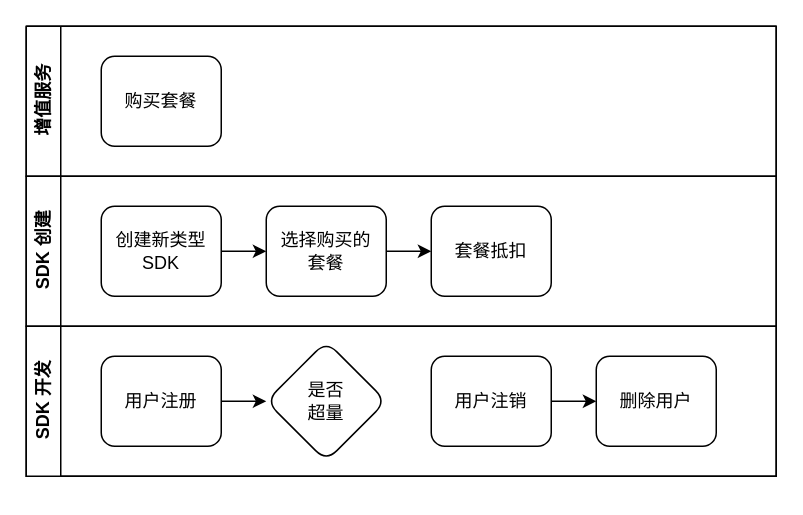
Above: SDK App.drawio in Sidamor/drawio (draw.io), before the change. Source tidied: cells renumbered, new cells numbered last; positions are measured from the earlier drawing's top-left corner, leaving out a move shared by most shapes. Both pictures are drawn from the tidied source at 150%, with x=0, y=0 at pixel (26, 26).
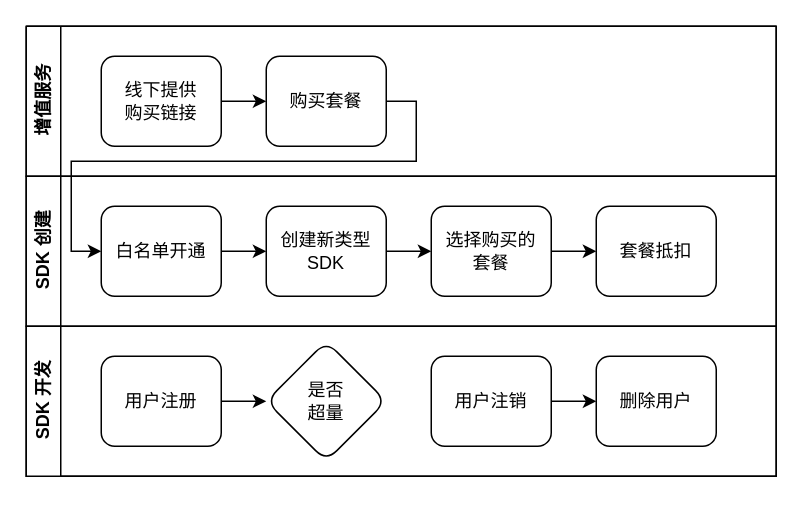
Above is the later version.

The change refers to these unchanged cells:
```xml
<mxCell id="2" style="swimlane;startSize=0;" parent="1" vertex="1">
  <mxGeometry width="500" height="300" as="geometry" />
</mxCell>
<mxCell id="3" value="增值服务" style="swimlane;horizontal=0;whiteSpace=wrap;html=1;" parent="2" vertex="1">
  <mxGeometry width="500" height="100" as="geometry" />
</mxCell>
<mxCell id="5" value="SDK 创建" style="swimlane;horizontal=0;whiteSpace=wrap;html=1;" parent="2" vertex="1">
  <mxGeometry y="100" width="500" height="100" as="geometry" />
</mxCell>
```

Change to the diagram source:
```diff
@@
+    <mxCell id="19" style="edgeStyle=orthogonalEdgeStyle;rounded=0;jettySize=auto;html=1;" parent="3" edge="1" source="4" target="20">
+      <mxGeometry relative="1" as="geometry" />
+    </mxCell>
-    <mxCell id="4" value="购买套餐" style="rounded=1;whiteSpace=wrap;html=1;" parent="3" vertex="1">
+    <mxCell id="4" value="线下提供&lt;div&gt;购买链接&lt;/div&gt;" style="rounded=1;whiteSpace=wrap;html=1;" parent="3" vertex="1">
       <mxGeometry x="50" y="20" width="80" height="60" as="geometry" />
     </mxCell>
+    <mxCell id="20" value="购买套餐" style="rounded=1;whiteSpace=wrap;html=1;" parent="3" vertex="1">
+      <mxGeometry x="160" y="20" width="80" height="60" as="geometry" />
+    </mxCell>
@@
     <mxCell id="7" value="创建新类型 SDK" style="rounded=1;whiteSpace=wrap;html=1;" parent="5" vertex="1">
-      <mxGeometry x="50" y="20" width="80" height="60" as="geometry" />
+      <mxGeometry x="160" y="20" width="80" height="60" as="geometry" />
     </mxCell>
@@
     <mxCell id="9" value="选择购买的&lt;div&gt;套餐&lt;/div&gt;" style="rounded=1;whiteSpace=wrap;html=1;" parent="5" vertex="1">
-      <mxGeometry x="160" y="20" width="80" height="60" as="geometry" />
+      <mxGeometry x="270" y="20" width="80" height="60" as="geometry" />
     </mxCell>
     <mxCell id="10" value="套餐抵扣" style="rounded=1;whiteSpace=wrap;html=1;" parent="5" vertex="1">
-      <mxGeometry x="270" y="20" width="80" height="60" as="geometry" />
+      <mxGeometry x="380" y="20" width="80" height="60" as="geometry" />
     </mxCell>
+    <mxCell id="21" style="edgeStyle=orthogonalEdgeStyle;rounded=0;jettySize=auto;html=1;exitX=1;exitY=0.5;exitDx=0;exitDy=0;entryX=0;entryY=0.5;entryDx=0;entryDy=0;" parent="5" edge="1" source="22" target="7">
+      <mxGeometry relative="1" as="geometry" />
+    </mxCell>
+    <mxCell id="22" value="白名单开通" style="rounded=1;whiteSpace=wrap;html=1;" parent="5" vertex="1">
+      <mxGeometry x="50" y="20" width="80" height="60" as="geometry" />
+    </mxCell>
@@
+    <mxCell id="23" style="edgeStyle=orthogonalEdgeStyle;rounded=0;jettySize=auto;html=1;exitX=1;exitY=0.5;exitDx=0;exitDy=0;entryX=0;entryY=0.5;entryDx=0;entryDy=0;" parent="2" edge="1" source="20" target="22">
+      <mxGeometry relative="1" as="geometry">
+        <Array as="points">
+          <mxPoint x="260" y="50" />
+          <mxPoint x="260" y="90" />
+          <mxPoint x="30" y="90" />
+          <mxPoint x="30" y="150" />
+        </Array>
+      </mxGeometry>
+    </mxCell>
```
